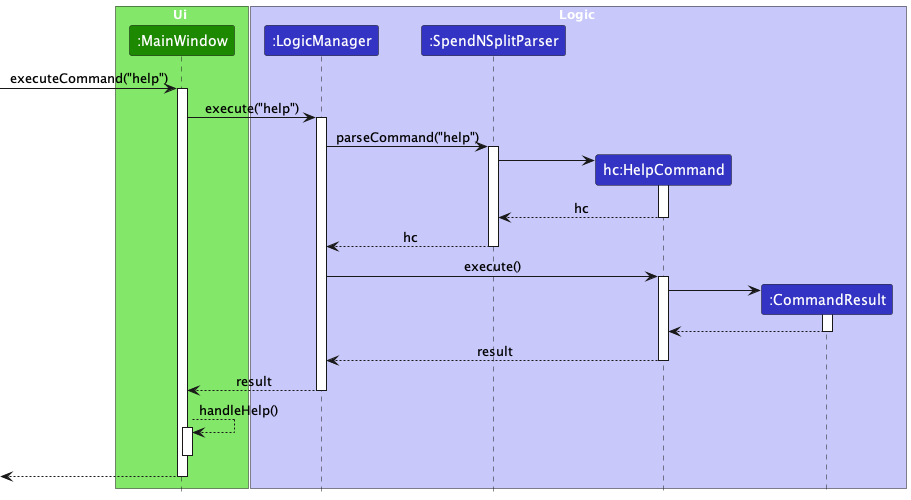
The PlantUML diagram docs/images/HelpCommandSequenceDiagram.png in wui-hong/tp, before a commit.
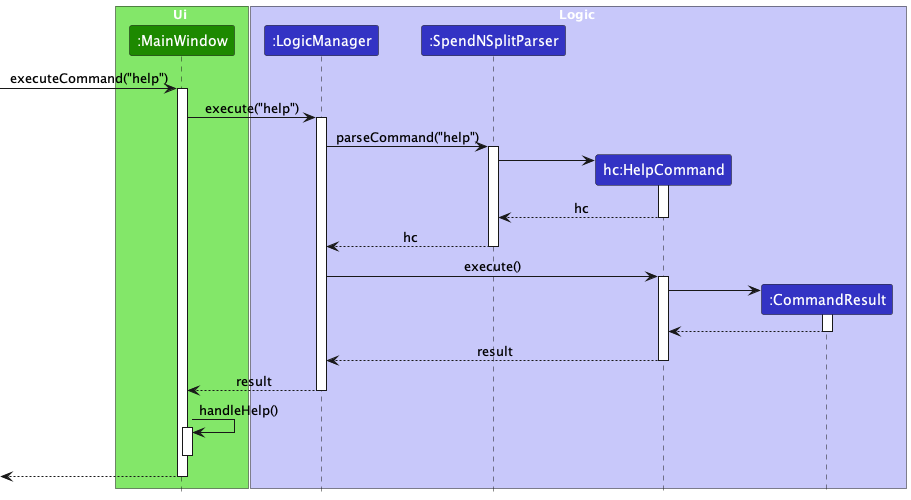
After the commit.

Commit message:
Fix arrow in help and exit seq diag

Diff of the diagram source:
```diff
@@ -49,7 +49,7 @@
 MainWindow <-- LogicManager : result
 deactivate LogicManager
 
-MainWindow --> MainWindow : handleHelp()
+MainWindow -> MainWindow : handleHelp()
 activate MainWindow
 deactivate MainWindow
 
```
